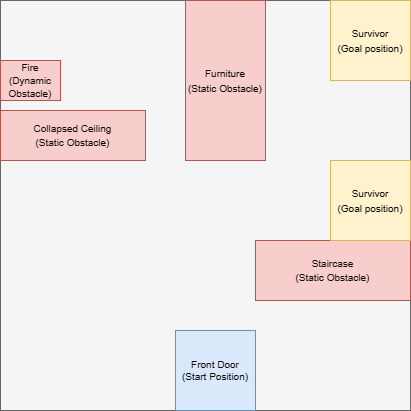
This is scenarios/disaster_response_3.png from ethanmclark1/conav_suite, a draw.io export, as it was before one commit. Source tidied: cells renumbered, new cells last; positions are measured from the earlier drawing's top-left corner, leaving out a move shared by most shapes.
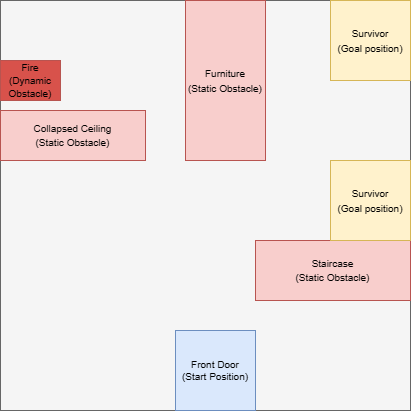
After the change.

The edit, as a diff of the source:
```diff
@@ -20,7 +20,7 @@
     <mxCell id="7" value="&lt;font style=&quot;font-size: 10px;&quot;&gt;Survivor&lt;br&gt;(Goal position)&lt;/font&gt;" style="whiteSpace=wrap;html=1;fillColor=#fff2cc;strokeColor=#d6b656;" parent="1" vertex="1">
       <mxGeometry x="330" width="80" height="80" as="geometry" />
     </mxCell>
-    <mxCell id="8" value="&lt;font style=&quot;font-size: 10px;&quot;&gt;Fire&lt;br&gt;(Dynamic Obstacle)&lt;/font&gt;" style="rounded=0;whiteSpace=wrap;html=1;fillColor=#f8cecc;strokeColor=#b85450;fontSize=11;" parent="1" vertex="1">
+    <mxCell id="8" value="&lt;font style=&quot;font-size: 10px;&quot;&gt;Fire&lt;br&gt;(Dynamic Obstacle)&lt;/font&gt;" style="rounded=0;whiteSpace=wrap;html=1;fillColor=#D8524B;strokeColor=#b85450;fontSize=11;" parent="1" vertex="1">
       <mxGeometry y="60" width="60" height="40" as="geometry" />
     </mxCell>
     <mxCell id="9" value="&lt;font style=&quot;font-size: 10px;&quot;&gt;Survivor&lt;br&gt;(Goal position)&lt;/font&gt;" style="whiteSpace=wrap;html=1;fillColor=#fff2cc;strokeColor=#d6b656;" parent="1" vertex="1">
```
